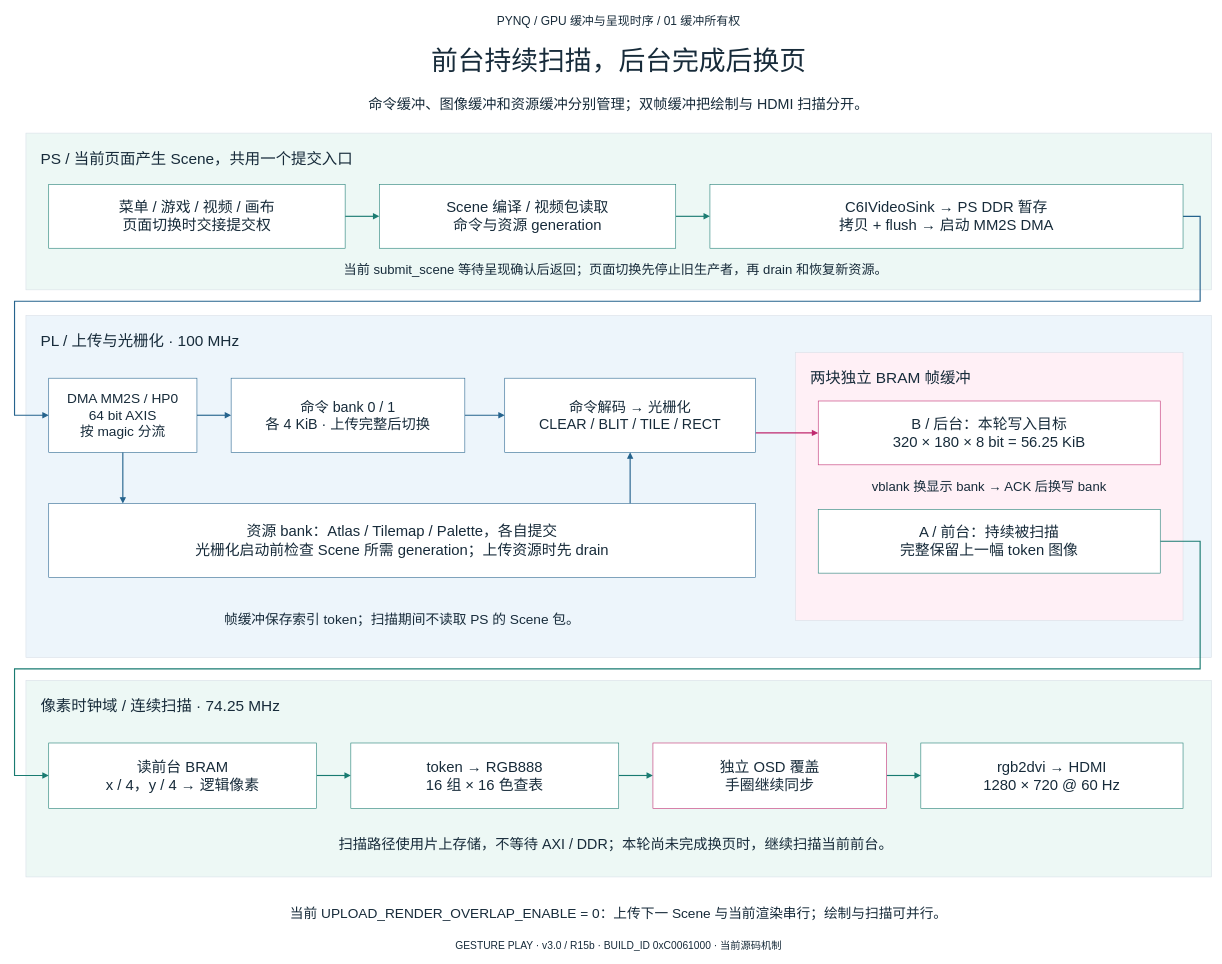
This is project/report/figures/gpu_buffer_timing_handoff/figures/01_gpu_buffers.drawio from hyh2758832315/pynq-gesture-play, a draw.io file, before an edit. Source tidied: cells renumbered, new cells numbered last; positions are measured from the earlier drawing's top-left corner, leaving out a move shared by most shapes. Both pictures are drawn from the tidied source at 57%, with x=0, y=0 at pixel (14, 10).
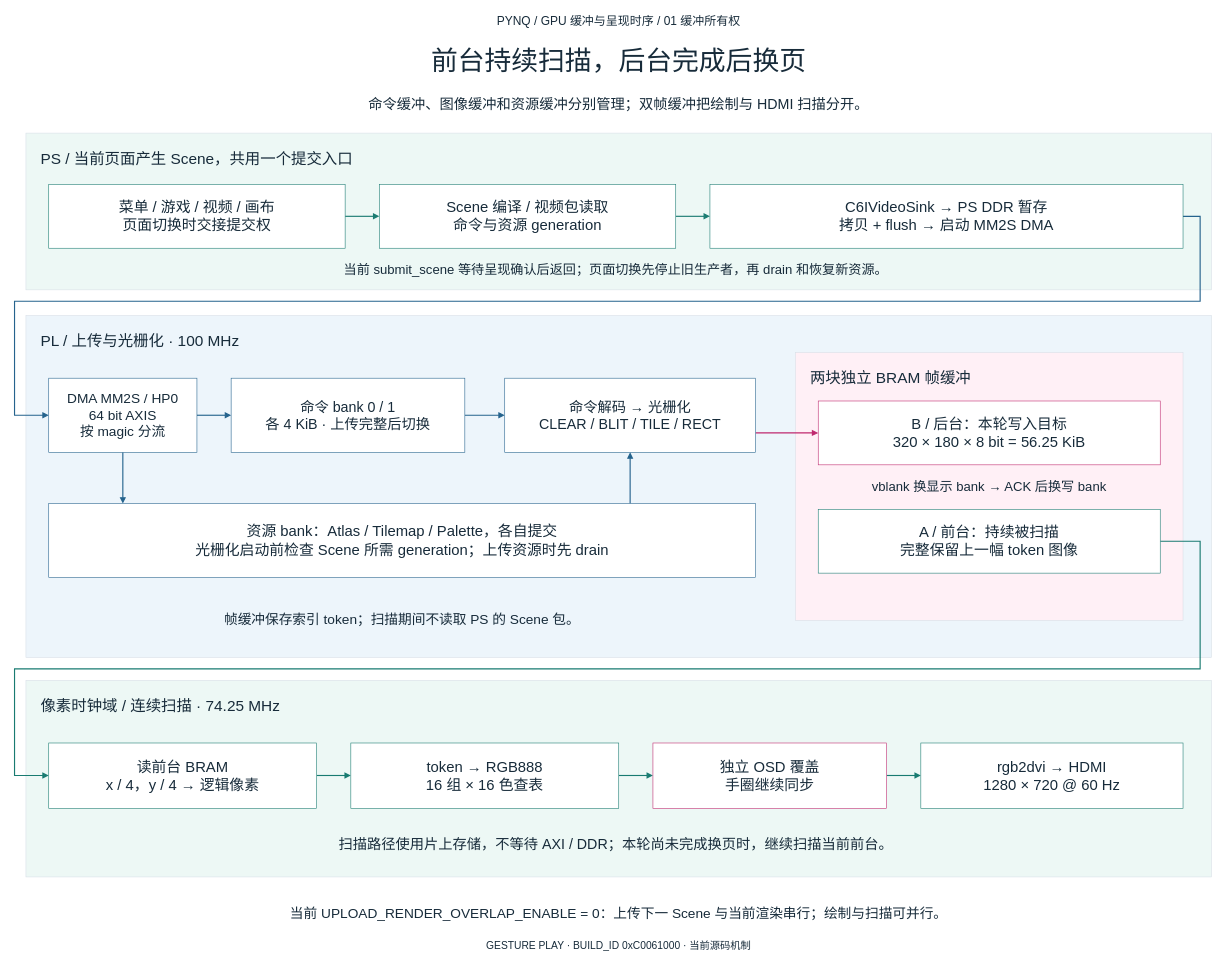
After the change.

Change to the diagram source:
```diff
@@
-    <mxCell id="21" value="GESTURE PLAY · v3.0 / R15b · BUILD_ID 0xC0061000 · 当前源码机制" style="rounded=0;whiteSpace=wrap;html=0;fillColor=#ffffff;strokeColor=#d8dfe7;fontColor=#172b3a;fontFamily=Microsoft YaHei;fontSize=18;spacing=12;fillColor=none;strokeColor=none;" parent="1" vertex="1">
+    <mxCell id="21" value="GESTURE PLAY · BUILD_ID 0xC0061000 · 当前源码机制" style="rounded=0;whiteSpace=wrap;html=0;fillColor=#ffffff;strokeColor=#d8dfe7;fontColor=#172b3a;fontFamily=Microsoft YaHei;fontSize=18;spacing=12;fillColor=none;strokeColor=none;" parent="1" vertex="1">
       <mxGeometry x="20" y="1625" width="2080" height="33" as="geometry" />
     </mxCell>
```
